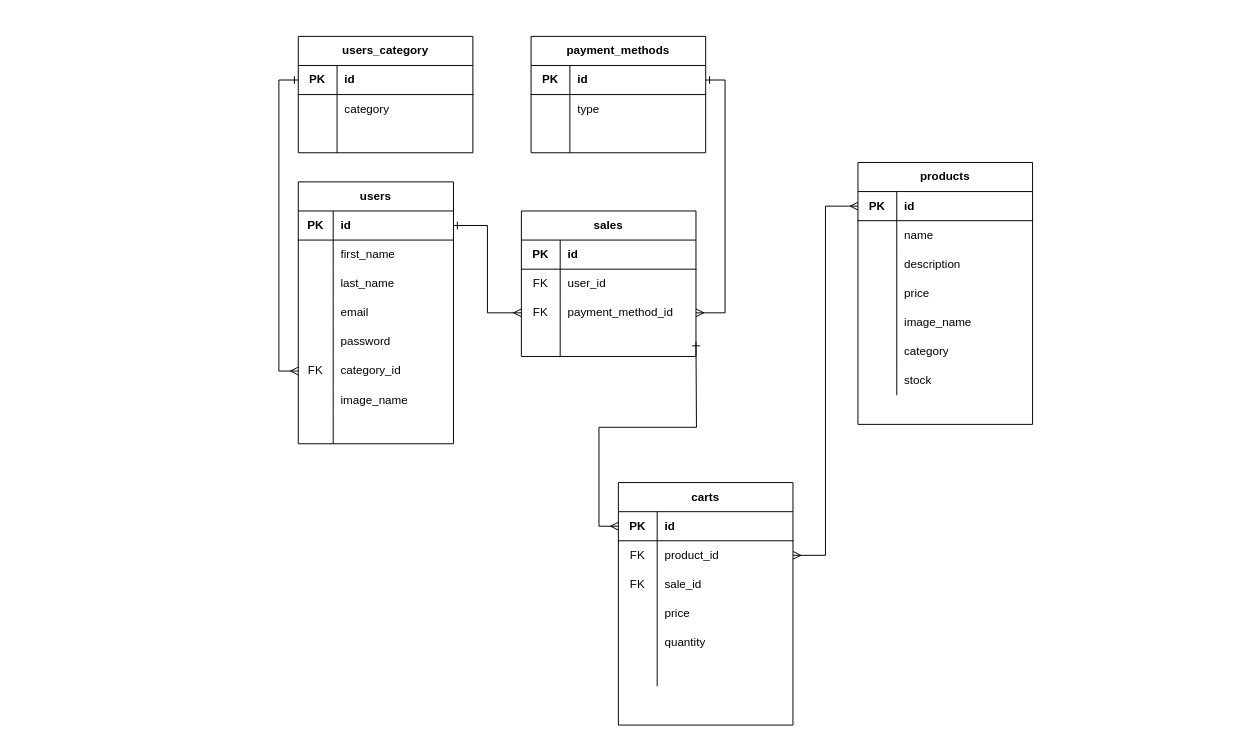
Above: Site/myapp/DER.drawio in 0920CDFSNCN27ARED/grupo-02 (draw.io), before the change. Source tidied: cells renumbered, new cells numbered last; positions are measured from the earlier drawing's top-left corner, leaving out a move shared by most shapes. Both pictures are drawn from the tidied source at 97%, with x=0, y=0 at pixel (298, 36).
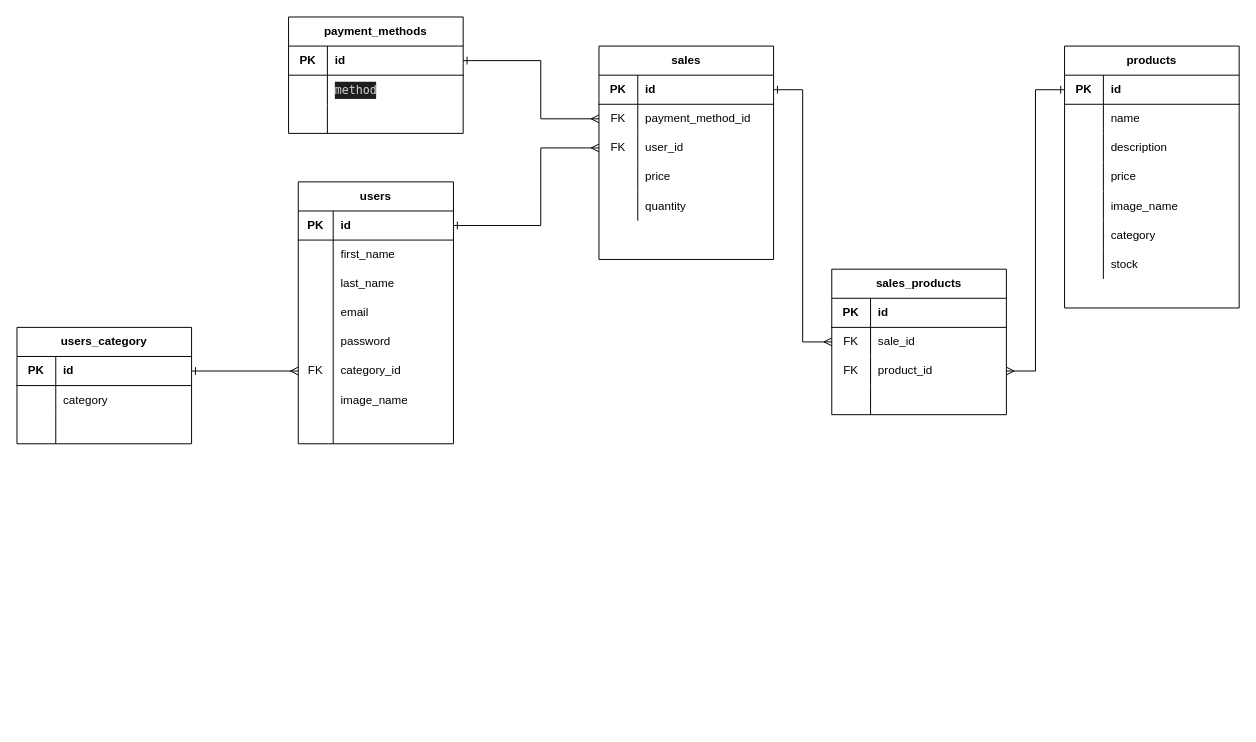
After the change.

Commit message (it also covers changes not shown here):
Agrego los archivos de modelos y relaciones user,category,method,product,sale e index

The change refers to these unchanged cells:
```xml
<mxCell id="4" style="shape=partialRectangle;html=1;whiteSpace=wrap;fillColor=none;top=0;left=0;bottom=1;right=0;points=[[0,0.5],[1,0.5]];portConstraint=eastwest;" parent="3" vertex="1">
  <mxGeometry y="30" width="160" height="30" as="geometry" />
</mxCell>
<mxCell id="29" style="shape=partialRectangle;html=1;whiteSpace=wrap;fillColor=none;top=0;left=0;bottom=1;right=0;points=[[0,0.5],[1,0.5]];portConstraint=eastwest;" parent="28" vertex="1">
  <mxGeometry y="30" width="180" height="30" as="geometry" />
</mxCell>
<mxCell id="74" style="shape=partialRectangle;html=1;whiteSpace=wrap;fillColor=none;top=0;left=0;bottom=1;right=0;points=[[0,0.5],[1,0.5]];portConstraint=eastwest;" parent="73" vertex="1">
  <mxGeometry y="30" width="180" height="30" as="geometry" />
</mxCell>
<mxCell id="77" style="shape=partialRectangle;html=1;whiteSpace=wrap;fillColor=none;top=0;left=0;bottom=0;right=0;points=[[0,0.5],[1,0.5]];portConstraint=eastwest;" parent="73" vertex="1">
  <mxGeometry y="60" width="180" height="30" as="geometry" />
</mxCell>
<mxCell id="80" style="shape=partialRectangle;html=1;whiteSpace=wrap;fillColor=none;top=0;left=0;bottom=0;right=0;points=[[0,0.5],[1,0.5]];portConstraint=eastwest;" parent="73" vertex="1">
  <mxGeometry y="90" width="180" height="30" as="geometry" />
</mxCell>
<mxCell id="96" style="shape=partialRectangle;html=1;whiteSpace=wrap;fillColor=none;top=0;left=0;bottom=1;right=0;points=[[0,0.5],[1,0.5]];portConstraint=eastwest;" parent="95" vertex="1">
  <mxGeometry y="30" width="180" height="30" as="geometry" />
</mxCell>
<mxCell id="99" style="shape=partialRectangle;html=1;whiteSpace=wrap;fillColor=none;top=0;left=0;bottom=0;right=0;" parent="95" vertex="1">
  <mxGeometry y="60" width="180" height="30" as="geometry" />
</mxCell>
```

Change to the diagram source:
```diff
@@
-    <mxCell id="2" style="edgeStyle=orthogonalEdgeStyle;rounded=0;jettySize=auto;html=1;entryX=0;entryY=0.5;entryDx=0;entryDy=0;endArrow=ERmany;endFill=0;startArrow=ERone;startFill=0;exitX=1;exitY=0.5;exitDx=0;exitDy=0;" parent="1" edge="1" source="4" target="57">
-      <mxGeometry relative="1" as="geometry" />
+    <mxCell id="2" style="edgeStyle=orthogonalEdgeStyle;rounded=0;jettySize=auto;html=1;endArrow=ERmany;endFill=0;startArrow=ERone;startFill=0;exitX=1;exitY=0.5;exitDx=0;exitDy=0;entryX=0;entryY=0.5;entryDx=0;entryDy=0;" parent="1" edge="1" source="4" target="80">
+      <mxGeometry relative="1" as="geometry">
+        <Array as="points">
+          <mxPoint x="250" y="195" />
+          <mxPoint x="250" y="115" />
+        </Array>
+      </mxGeometry>
     </mxCell>
@@
     <mxCell id="28" value="products" style="shape=table;html=1;whiteSpace=wrap;startSize=30;childLayout=tableLayout;rowLines=0;fontStyle=1;align=center;" parent="1" vertex="1">
-      <mxGeometry x="577" y="130" width="180" height="270" as="geometry" />
+      <mxGeometry x="790" y="10" width="180" height="270" as="geometry" />
     </mxCell>
@@
-    <mxCell id="50" value="sales" style="shape=table;html=1;whiteSpace=wrap;startSize=30;childLayout=tableLayout;rowLines=0;fontStyle=1;align=center;" parent="1" vertex="1">
-      <mxGeometry x="230" y="180" width="180" height="150" as="geometry" />
-    </mxCell>
-    <mxCell id="51" style="shape=partialRectangle;html=1;whiteSpace=wrap;fillColor=none;top=0;left=0;bottom=1;right=0;" parent="50" vertex="1">
-      <mxGeometry y="30" width="180" height="30" as="geometry" />
-    </mxCell>
-    <mxCell id="52" value="&lt;b&gt;PK&lt;/b&gt;" style="shape=partialRectangle;html=1;whiteSpace=wrap;fillColor=none;top=0;left=0;bottom=0;right=0;overflow=hidden;" parent="51" vertex="1">
-      <mxGeometry width="40" height="30" as="geometry" />
-    </mxCell>
-    <mxCell id="53" value="id" style="shape=partialRectangle;html=1;whiteSpace=wrap;fillColor=none;top=0;left=0;bottom=0;right=0;align=left;spacingLeft=6;overflow=hidden;fontStyle=1;" parent="51" vertex="1">
-      <mxGeometry x="40" width="140" height="30" as="geometry" />
-    </mxCell>
-    <mxCell id="54" style="shape=partialRectangle;html=1;whiteSpace=wrap;fillColor=none;top=0;left=0;bottom=0;right=0;points=[[0,0.5],[1,0.5]];portConstraint=eastwest;" parent="50" vertex="1">
-      <mxGeometry y="60" width="180" height="30" as="geometry" />
-    </mxCell>
-    <mxCell id="55" value="FK" style="shape=partialRectangle;html=1;whiteSpace=wrap;fillColor=none;top=0;left=0;bottom=0;right=0;overflow=hidden;" parent="54" vertex="1">
-      <mxGeometry width="40" height="30" as="geometry" />
-    </mxCell>
-    <mxCell id="56" value="&lt;span&gt;user_id&lt;/span&gt;" style="shape=partialRectangle;html=1;whiteSpace=wrap;fillColor=none;top=0;left=0;bottom=0;right=0;align=left;spacingLeft=6;overflow=hidden;" parent="54" vertex="1">
-      <mxGeometry x="40" width="140" height="30" as="geometry" />
-    </mxCell>
-    <mxCell id="57" style="shape=partialRectangle;html=1;whiteSpace=wrap;fillColor=none;top=0;left=0;bottom=0;right=0;points=[[0,0.5],[1,0.5]];portConstraint=eastwest;" parent="50" vertex="1">
-      <mxGeometry y="90" width="180" height="30" as="geometry" />
-    </mxCell>
-    <mxCell id="58" value="FK" style="shape=partialRectangle;html=1;whiteSpace=wrap;fillColor=none;top=0;left=0;bottom=0;right=0;overflow=hidden;" parent="57" vertex="1">
-      <mxGeometry width="40" height="30" as="geometry" />
-    </mxCell>
-    <mxCell id="59" value="&lt;span&gt;payment_method_id&lt;/span&gt;" style="shape=partialRectangle;html=1;whiteSpace=wrap;fillColor=none;top=0;left=0;bottom=0;right=0;align=left;spacingLeft=6;overflow=hidden;" parent="57" vertex="1">
-      <mxGeometry x="40" width="140" height="30" as="geometry" />
-    </mxCell>
-    <mxCell id="60" style="shape=partialRectangle;html=1;whiteSpace=wrap;fillColor=none;top=0;left=0;bottom=0;right=0;" parent="50" vertex="1">
-      <mxGeometry y="120" width="180" height="30" as="geometry" />
-    </mxCell>
-    <mxCell id="61" style="shape=partialRectangle;html=1;whiteSpace=wrap;fillColor=none;top=0;left=0;bottom=0;right=0;overflow=hidden;" parent="60" vertex="1">
-      <mxGeometry width="40" height="30" as="geometry" />
-    </mxCell>
-    <mxCell id="62" style="shape=partialRectangle;html=1;whiteSpace=wrap;fillColor=none;top=0;left=0;bottom=0;right=0;align=left;spacingLeft=6;overflow=hidden;" parent="60" vertex="1">
-      <mxGeometry x="40" width="140" height="30" as="geometry" />
-    </mxCell>
     <mxCell id="63" value="users_category" style="shape=table;html=1;whiteSpace=wrap;startSize=30;childLayout=tableLayout;rowLines=0;fontStyle=1;align=center;" parent="1" vertex="1">
-      <mxGeometry width="180" height="120" as="geometry" />
+      <mxGeometry x="-290" y="300" width="180" height="120" as="geometry" />
     </mxCell>
@@
-    <mxCell id="73" value="carts" style="shape=table;html=1;whiteSpace=wrap;startSize=30;childLayout=tableLayout;rowLines=0;fontStyle=1;align=center;" parent="1" vertex="1">
-      <mxGeometry x="330" y="460" width="180" height="250" as="geometry" />
+    <mxCell id="73" value="sales" style="shape=table;html=1;whiteSpace=wrap;startSize=30;childLayout=tableLayout;rowLines=0;fontStyle=1;align=center;" parent="1" vertex="1">
+      <mxGeometry x="310" y="10" width="180" height="220" as="geometry" />
     </mxCell>
@@
-    <mxCell id="79" value="product_id" style="shape=partialRectangle;html=1;whiteSpace=wrap;fillColor=none;top=0;left=0;bottom=0;right=0;align=left;spacingLeft=6;overflow=hidden;" parent="77" vertex="1">
+    <mxCell id="79" value="payment_method_id" style="shape=partialRectangle;html=1;whiteSpace=wrap;fillColor=none;top=0;left=0;bottom=0;right=0;align=left;spacingLeft=6;overflow=hidden;" parent="77" vertex="1">
       <mxGeometry x="40" width="140" height="30" as="geometry" />
     </mxCell>
@@
-    <mxCell id="82" value="sale_id" style="shape=partialRectangle;html=1;whiteSpace=wrap;fillColor=none;top=0;left=0;bottom=0;right=0;align=left;spacingLeft=6;overflow=hidden;" parent="80" vertex="1">
+    <mxCell id="82" value="user_id" style="shape=partialRectangle;html=1;whiteSpace=wrap;fillColor=none;top=0;left=0;bottom=0;right=0;align=left;spacingLeft=6;overflow=hidden;" parent="80" vertex="1">
       <mxGeometry x="40" width="140" height="30" as="geometry" />
     </mxCell>
@@
-    <mxCell id="89" style="shape=partialRectangle;html=1;whiteSpace=wrap;fillColor=none;top=0;left=0;bottom=0;right=0;" parent="73" vertex="1">
-      <mxGeometry y="180" width="180" height="30" as="geometry" />
-    </mxCell>
-    <mxCell id="90" style="shape=partialRectangle;html=1;whiteSpace=wrap;fillColor=none;top=0;left=0;bottom=0;right=0;overflow=hidden;" parent="89" vertex="1">
-      <mxGeometry width="40" height="30" as="geometry" />
-    </mxCell>
-    <mxCell id="91" style="shape=partialRectangle;html=1;whiteSpace=wrap;fillColor=none;top=0;left=0;bottom=0;right=0;align=left;spacingLeft=6;overflow=hidden;" parent="89" vertex="1">
-      <mxGeometry x="40" width="140" height="30" as="geometry" />
-    </mxCell>
-    <mxCell id="92" style="edgeStyle=orthogonalEdgeStyle;rounded=0;jettySize=auto;html=1;entryX=0;entryY=0.5;entryDx=0;entryDy=0;startArrow=ERone;startFill=0;endArrow=ERmany;endFill=0;exitX=1;exitY=0.5;exitDx=0;exitDy=0;" parent="1" edge="1" target="74">
-      <mxGeometry relative="1" as="geometry">
-        <mxPoint x="410" y="315" as="sourcePoint" />
-      </mxGeometry>
-    </mxCell>
-    <mxCell id="93" style="edgeStyle=orthogonalEdgeStyle;rounded=0;jettySize=auto;html=1;startArrow=ERmany;startFill=0;endArrow=ERmany;endFill=0;" parent="1" edge="1" source="77" target="29">
-      <mxGeometry relative="1" as="geometry" />
-    </mxCell>
@@
     <mxCell id="95" value="payment_methods" style="shape=table;html=1;whiteSpace=wrap;startSize=30;childLayout=tableLayout;rowLines=0;fontStyle=1;align=center;" parent="1" vertex="1">
-      <mxGeometry x="240" width="180" height="120" as="geometry" />
+      <mxGeometry x="-10" y="-20" width="180" height="120" as="geometry" />
     </mxCell>
@@
-    <mxCell id="101" value="type" style="shape=partialRectangle;html=1;whiteSpace=wrap;fillColor=none;top=0;left=0;bottom=0;right=0;align=left;spacingLeft=6;overflow=hidden;" parent="99" vertex="1">
+    <mxCell id="101" value="&lt;div style=&quot;color: rgb(212 , 212 , 212) ; background-color: rgb(30 , 30 , 30) ; font-family: &amp;#34;menlo&amp;#34; , &amp;#34;monaco&amp;#34; , &amp;#34;courier new&amp;#34; , monospace ; line-height: 18px&quot;&gt;method&lt;/div&gt;" style="shape=partialRectangle;html=1;whiteSpace=wrap;fillColor=none;top=0;left=0;bottom=0;right=0;align=left;spacingLeft=6;overflow=hidden;" parent="99" vertex="1">
       <mxGeometry x="40" width="140" height="30" as="geometry" />
     </mxCell>
@@
-    <mxCell id="105" style="edgeStyle=orthogonalEdgeStyle;rounded=0;jettySize=auto;html=1;entryX=1;entryY=0.5;entryDx=0;entryDy=0;startArrow=ERone;startFill=0;endArrow=ERmany;endFill=0;" parent="1" edge="1" source="96" target="57">
+    <mxCell id="105" style="edgeStyle=orthogonalEdgeStyle;rounded=0;jettySize=auto;html=1;entryX=0;entryY=0.5;entryDx=0;entryDy=0;startArrow=ERone;startFill=0;endArrow=ERmany;endFill=0;" parent="1" edge="1" source="96" target="77">
       <mxGeometry relative="1" as="geometry">
         <Array as="points">
-          <mxPoint x="440" y="45" />
-          <mxPoint x="440" y="285" />
+          <mxPoint x="250" y="25" />
+          <mxPoint x="250" y="85" />
         </Array>
       </mxGeometry>
     </mxCell>
+    <mxCell id="106" value="sales_products" style="shape=table;html=1;whiteSpace=wrap;startSize=30;childLayout=tableLayout;rowLines=0;fontStyle=1;align=center;" parent="1" vertex="1">
+      <mxGeometry x="550" y="240" width="180" height="150" as="geometry" />
+    </mxCell>
+    <mxCell id="51" style="shape=partialRectangle;html=1;whiteSpace=wrap;fillColor=none;top=0;left=0;bottom=1;right=0;" parent="106" vertex="1">
+      <mxGeometry y="30" width="180" height="30" as="geometry" />
+    </mxCell>
+    <mxCell id="52" value="&lt;b&gt;PK&lt;/b&gt;" style="shape=partialRectangle;html=1;whiteSpace=wrap;fillColor=none;top=0;left=0;bottom=0;right=0;overflow=hidden;" parent="51" vertex="1">
+      <mxGeometry width="40" height="30" as="geometry" />
+    </mxCell>
+    <mxCell id="53" value="&lt;b&gt;id&lt;/b&gt;" style="shape=partialRectangle;html=1;whiteSpace=wrap;fillColor=none;top=0;left=0;bottom=0;right=0;align=left;spacingLeft=6;overflow=hidden;" parent="51" vertex="1">
+      <mxGeometry x="40" width="140" height="30" as="geometry" />
+    </mxCell>
+    <mxCell id="54" style="shape=partialRectangle;html=1;whiteSpace=wrap;fillColor=none;top=0;left=0;bottom=0;right=0;points=[[0,0.5],[1,0.5]];portConstraint=eastwest;" parent="106" vertex="1">
+      <mxGeometry y="60" width="180" height="30" as="geometry" />
+    </mxCell>
+    <mxCell id="107" value="FK" style="shape=partialRectangle;html=1;whiteSpace=wrap;fillColor=none;top=0;left=0;bottom=0;right=0;overflow=hidden;" parent="54" vertex="1">
+      <mxGeometry width="40" height="30" as="geometry" />
+    </mxCell>
+    <mxCell id="108" value="sale_id" style="shape=partialRectangle;html=1;whiteSpace=wrap;fillColor=none;top=0;left=0;bottom=0;right=0;align=left;spacingLeft=6;overflow=hidden;" parent="54" vertex="1">
+      <mxGeometry x="40" width="140" height="30" as="geometry" />
+    </mxCell>
+    <mxCell id="57" style="shape=partialRectangle;html=1;whiteSpace=wrap;fillColor=none;top=0;left=0;bottom=0;right=0;points=[[0,0.5],[1,0.5]];portConstraint=eastwest;" parent="106" vertex="1">
+      <mxGeometry y="90" width="180" height="30" as="geometry" />
+    </mxCell>
+    <mxCell id="109" value="FK" style="shape=partialRectangle;html=1;whiteSpace=wrap;fillColor=none;top=0;left=0;bottom=0;right=0;overflow=hidden;" parent="57" vertex="1">
+      <mxGeometry width="40" height="30" as="geometry" />
+    </mxCell>
+    <mxCell id="110" value="product_id" style="shape=partialRectangle;html=1;whiteSpace=wrap;fillColor=none;top=0;left=0;bottom=0;right=0;align=left;spacingLeft=6;overflow=hidden;" parent="57" vertex="1">
+      <mxGeometry x="40" width="140" height="30" as="geometry" />
+    </mxCell>
+    <mxCell id="60" style="shape=partialRectangle;html=1;whiteSpace=wrap;fillColor=none;top=0;left=0;bottom=0;right=0;" parent="106" vertex="1">
+      <mxGeometry y="120" width="180" height="30" as="geometry" />
+    </mxCell>
+    <mxCell id="111" style="shape=partialRectangle;html=1;whiteSpace=wrap;fillColor=none;top=0;left=0;bottom=0;right=0;overflow=hidden;" parent="60" vertex="1">
+      <mxGeometry width="40" height="30" as="geometry" />
+    </mxCell>
+    <mxCell id="112" style="shape=partialRectangle;html=1;whiteSpace=wrap;fillColor=none;top=0;left=0;bottom=0;right=0;align=left;spacingLeft=6;overflow=hidden;" parent="60" vertex="1">
+      <mxGeometry x="40" width="140" height="30" as="geometry" />
+    </mxCell>
+    <mxCell id="113" style="edgeStyle=orthogonalEdgeStyle;rounded=0;jettySize=auto;html=1;entryX=0;entryY=0.5;entryDx=0;entryDy=0;startArrow=ERone;startFill=0;endArrow=ERmany;endFill=0;" parent="1" edge="1" source="74" target="54">
+      <mxGeometry relative="1" as="geometry" />
+    </mxCell>
+    <mxCell id="114" style="edgeStyle=orthogonalEdgeStyle;rounded=0;jettySize=auto;html=1;entryX=0;entryY=0.5;entryDx=0;entryDy=0;startArrow=ERmany;startFill=0;endArrow=ERone;endFill=0;" parent="1" edge="1" source="57" target="29">
+      <mxGeometry relative="1" as="geometry" />
+    </mxCell>
```
